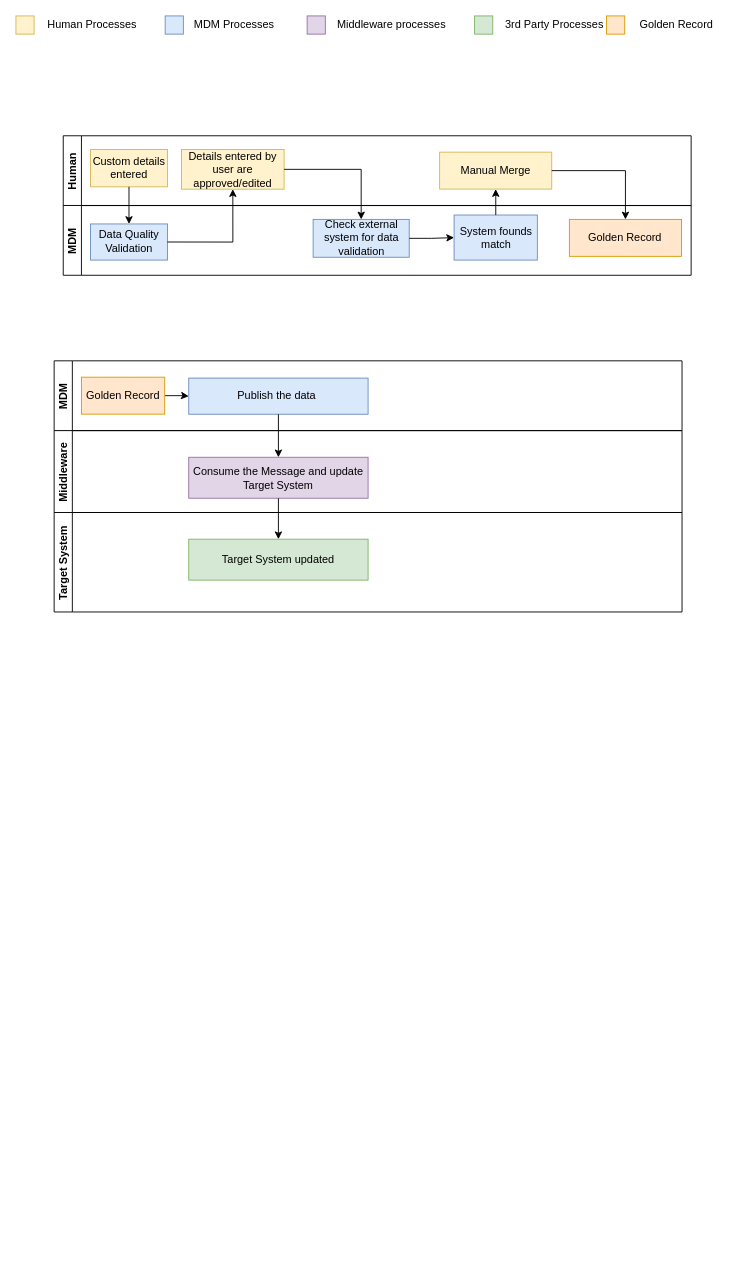
biswarup81/drawings keeps this draw.io diagram as MDM-Processes.drawio. Above is the earlier version. Source tidied: cells renumbered, new cells numbered last; positions are measured from the earlier drawing's top-left corner, leaving out a move shared by most shapes. Both pictures are drawn from the tidied source at 91%, with x=0, y=0 at pixel (15, 15).
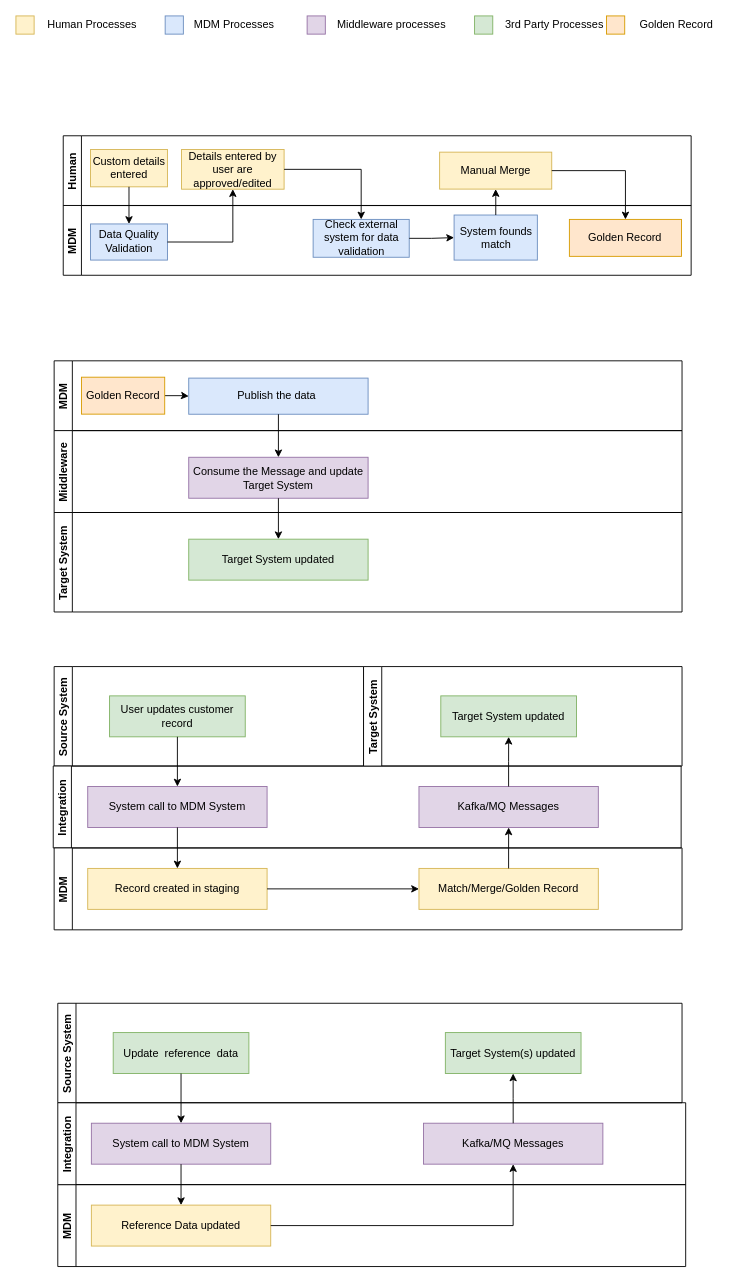
The same diagram, later.

Change to the diagram source:
```diff
@@
+    <mxCell id="39" value="Source System" style="swimlane;startSize=20;horizontal=0;" parent="1" vertex="1">
+      <mxGeometry x="42" y="715" width="340" height="109.3" as="geometry" />
+    </mxCell>
+    <mxCell id="40" value="User updates customer record" style="whiteSpace=wrap;html=1;rounded=0;strokeColor=#82b366;fillColor=#d5e8d4;" parent="39" vertex="1">
+      <mxGeometry x="60.9" y="32.2" width="149.1" height="45" as="geometry" />
+    </mxCell>
+    <mxCell id="41" value="Integration" style="swimlane;startSize=20;horizontal=0;" parent="1" vertex="1">
+      <mxGeometry x="41" y="824.3" width="690" height="90" as="geometry" />
+    </mxCell>
+    <mxCell id="42" value="System call to MDM System" style="whiteSpace=wrap;html=1;rounded=0;strokeColor=#9673a6;fillColor=#e1d5e7;" parent="41" vertex="1">
+      <mxGeometry x="37.9" y="22.5" width="197.1" height="45" as="geometry" />
+    </mxCell>
+    <mxCell id="43" value="Kafka/MQ Messages" style="whiteSpace=wrap;html=1;rounded=0;strokeColor=#9673a6;fillColor=#e1d5e7;" parent="41" vertex="1">
+      <mxGeometry x="401.9" y="22.5" width="197.1" height="45" as="geometry" />
+    </mxCell>
+    <mxCell id="44" value="MDM" style="swimlane;startSize=20;horizontal=0;" parent="1" vertex="1">
+      <mxGeometry x="42" y="914.3" width="690" height="90" as="geometry" />
+    </mxCell>
+    <mxCell id="45" value="Record created in staging" style="whiteSpace=wrap;html=1;rounded=0;strokeColor=#d6b656;fillColor=#fff2cc;" parent="44" vertex="1">
+      <mxGeometry x="36.9" y="22.5" width="197.1" height="45" as="geometry" />
+    </mxCell>
+    <mxCell id="46" value="Match/Merge/Golden Record" style="whiteSpace=wrap;html=1;rounded=0;strokeColor=#d6b656;fillColor=#fff2cc;" parent="44" vertex="1">
+      <mxGeometry x="400.9" y="22.5" width="197.1" height="45" as="geometry" />
+    </mxCell>
+    <mxCell id="47" style="edgeStyle=orthogonalEdgeStyle;rounded=0;jettySize=auto;html=1;" parent="44" edge="1" source="45" target="46">
+      <mxGeometry relative="1" as="geometry" />
+    </mxCell>
+    <mxCell id="48" value="Target System" style="swimlane;startSize=20;horizontal=0;" parent="1" vertex="1">
+      <mxGeometry x="382" y="715" width="350" height="109.3" as="geometry" />
+    </mxCell>
+    <mxCell id="49" value="Target System updated" style="whiteSpace=wrap;html=1;rounded=0;strokeColor=#82b366;fillColor=#d5e8d4;" parent="48" vertex="1">
+      <mxGeometry x="84.9" y="32.2" width="149.1" height="45" as="geometry" />
+    </mxCell>
+    <mxCell id="50" style="edgeStyle=orthogonalEdgeStyle;rounded=0;jettySize=auto;html=1;" parent="1" edge="1" source="40" target="42">
+      <mxGeometry relative="1" as="geometry" />
+    </mxCell>
+    <mxCell id="51" style="edgeStyle=orthogonalEdgeStyle;rounded=0;jettySize=auto;html=1;" parent="1" edge="1" source="42" target="45">
+      <mxGeometry relative="1" as="geometry" />
+    </mxCell>
+    <mxCell id="52" style="edgeStyle=orthogonalEdgeStyle;rounded=0;jettySize=auto;html=1;entryX=0.5;entryY=1;entryDx=0;entryDy=0;" parent="1" edge="1" source="46" target="43">
+      <mxGeometry relative="1" as="geometry" />
+    </mxCell>
+    <mxCell id="53" style="edgeStyle=orthogonalEdgeStyle;rounded=0;jettySize=auto;html=1;entryX=0.5;entryY=1;entryDx=0;entryDy=0;" parent="1" edge="1" source="43" target="49">
+      <mxGeometry relative="1" as="geometry" />
+    </mxCell>
+    <mxCell id="54" value="Source System" style="swimlane;startSize=20;horizontal=0;" parent="1" vertex="1">
+      <mxGeometry x="46" y="1085" width="686" height="109.3" as="geometry" />
+    </mxCell>
+    <mxCell id="55" value="Update &amp;nbsp;reference &amp;nbsp;data" style="whiteSpace=wrap;html=1;rounded=0;strokeColor=#82b366;fillColor=#d5e8d4;" parent="54" vertex="1">
+      <mxGeometry x="60.9" y="32.2" width="149.1" height="45" as="geometry" />
+    </mxCell>
+    <mxCell id="56" value="Target System(s) updated" style="whiteSpace=wrap;html=1;rounded=0;strokeColor=#82b366;fillColor=#d5e8d4;" parent="54" vertex="1">
+      <mxGeometry x="425.9" y="32.2" width="149.1" height="45" as="geometry" />
+    </mxCell>
+    <mxCell id="57" value="MDM" style="swimlane;startSize=20;horizontal=0;" parent="1" vertex="1">
+      <mxGeometry x="46" y="1284.3" width="690" height="90" as="geometry" />
+    </mxCell>
+    <mxCell id="58" value="Reference Data updated" style="whiteSpace=wrap;html=1;rounded=0;strokeColor=#d6b656;fillColor=#fff2cc;" parent="57" vertex="1">
+      <mxGeometry x="36.9" y="22.5" width="197.1" height="45" as="geometry" />
+    </mxCell>
+    <mxCell id="59" value="Integration" style="swimlane;startSize=20;horizontal=0;" parent="1" vertex="1">
+      <mxGeometry x="46" y="1194.3" width="690" height="90" as="geometry" />
+    </mxCell>
+    <mxCell id="60" value="System call to MDM System" style="whiteSpace=wrap;html=1;rounded=0;strokeColor=#9673a6;fillColor=#e1d5e7;" parent="59" vertex="1">
+      <mxGeometry x="36.9" y="22.5" width="197.1" height="45" as="geometry" />
+    </mxCell>
+    <mxCell id="61" value="Kafka/MQ Messages" style="whiteSpace=wrap;html=1;rounded=0;strokeColor=#9673a6;fillColor=#e1d5e7;" parent="59" vertex="1">
+      <mxGeometry x="401.9" y="22.5" width="197.1" height="45" as="geometry" />
+    </mxCell>
+    <mxCell id="62" style="edgeStyle=orthogonalEdgeStyle;rounded=0;jettySize=auto;html=1;" parent="1" edge="1" source="55" target="60">
+      <mxGeometry relative="1" as="geometry" />
+    </mxCell>
+    <mxCell id="63" style="edgeStyle=orthogonalEdgeStyle;rounded=0;jettySize=auto;html=1;" parent="1" edge="1" source="58" target="61">
+      <mxGeometry relative="1" as="geometry" />
+    </mxCell>
+    <mxCell id="64" style="edgeStyle=orthogonalEdgeStyle;rounded=0;jettySize=auto;html=1;exitX=0.5;exitY=0;exitDx=0;exitDy=0;" parent="1" edge="1" source="61" target="56">
+      <mxGeometry relative="1" as="geometry" />
+    </mxCell>
+    <mxCell id="65" style="edgeStyle=orthogonalEdgeStyle;rounded=0;jettySize=auto;html=1;" parent="1" edge="1" source="60" target="58">
+      <mxGeometry relative="1" as="geometry" />
+    </mxCell>
```
